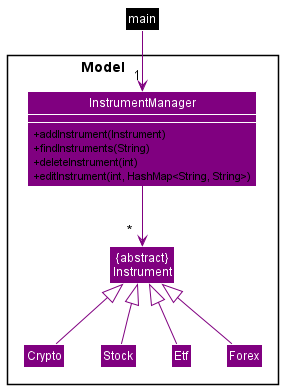
The PlantUML diagram docs/images/ModelDiagram.png in williamlamjy/mTracker, before a commit.
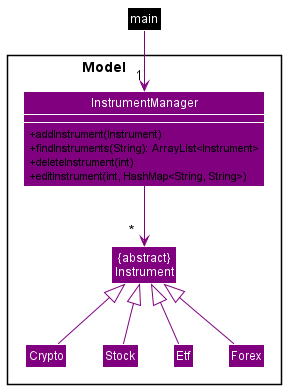
Above is the later version.

Commit message:
Add return type for model diagram

What changed in the source:
```diff
@@ -5,7 +5,7 @@
      Class "{abstract}\nInstrument" as Instrument COLOR_MODEL
      Class InstrumentManager COLOR_MODEL {
         + addInstrument(Instrument)
-        + findInstruments(String)
+        + findInstruments(String): ArrayList<Instrument>
         + deleteInstrument(int)
         + editInstrument(int, HashMap<String, String>)
      }
```
